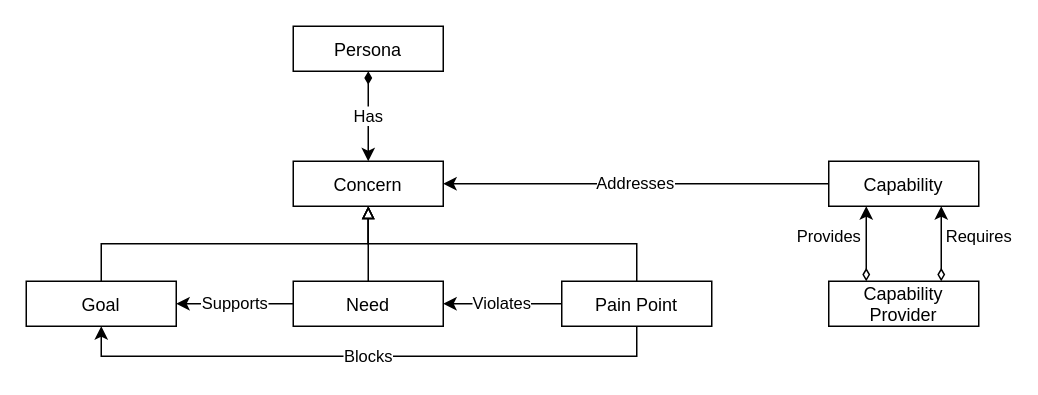
This is model/product-management.drawio from Nasdanika-Models/product-management, a draw.io file, before an edit. Source tidied: cells renumbered, new cells numbered last; positions are measured from the earlier drawing's top-left corner, leaving out a move shared by most shapes. Both pictures are drawn from the tidied source at 150%, with x=0, y=0 at pixel (26, 26).
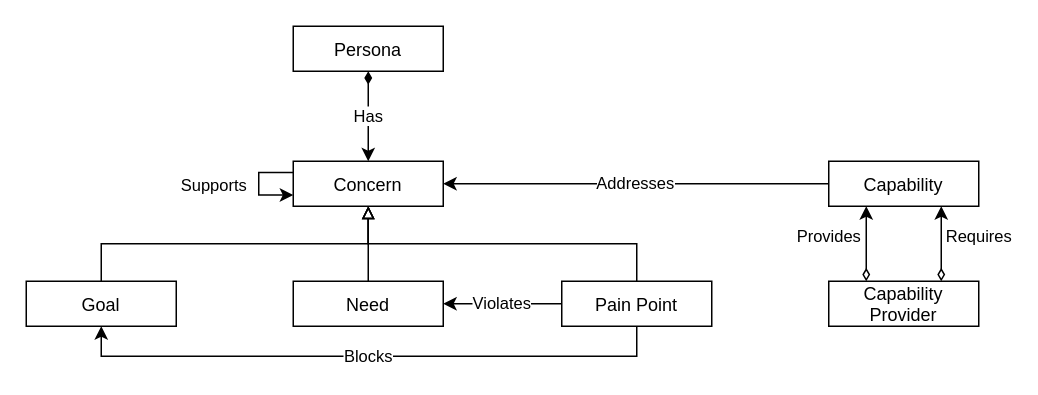
Above is the later version.

Unchanged cells that the change refers to:
```xml
<mxCell id="4" value="Concern" parent="1" vertex="1">
  <mxGeometry x="178" y="90" width="100" height="30" as="geometry" />
</mxCell>
<mxCell id="9" value="Need" parent="1" vertex="1">
  <mxGeometry x="178" y="170" width="100" height="30" as="geometry" />
</mxCell>
<mxCell id="13" value="Goal" parent="1" vertex="1">
  <mxGeometry y="170" width="100" height="30" as="geometry" />
</mxCell>
```

What changed in the source:
```diff
@@
-    <mxCell id="8" value="Supports" style="edgeStyle=orthogonalEdgeStyle;rounded=0;jettySize=auto;html=1;" parent="1" edge="1" source="9" target="13">
-      <mxGeometry relative="1" as="geometry" />
+    <mxCell id="8" value="Supports" style="edgeStyle=orthogonalEdgeStyle;rounded=0;orthogonalLoop=1;jettySize=auto;html=1;exitX=0;exitY=0.25;exitDx=0;exitDy=0;entryX=0;entryY=0.75;entryDx=0;entryDy=0;" parent="1" edge="1" source="4" target="4">
+      <mxGeometry y="-30" relative="1" as="geometry">
+        <Array as="points">
+          <mxPoint x="155" y="98" />
+          <mxPoint x="155" y="113" />
+        </Array>
+      </mxGeometry>
     </mxCell>
```
